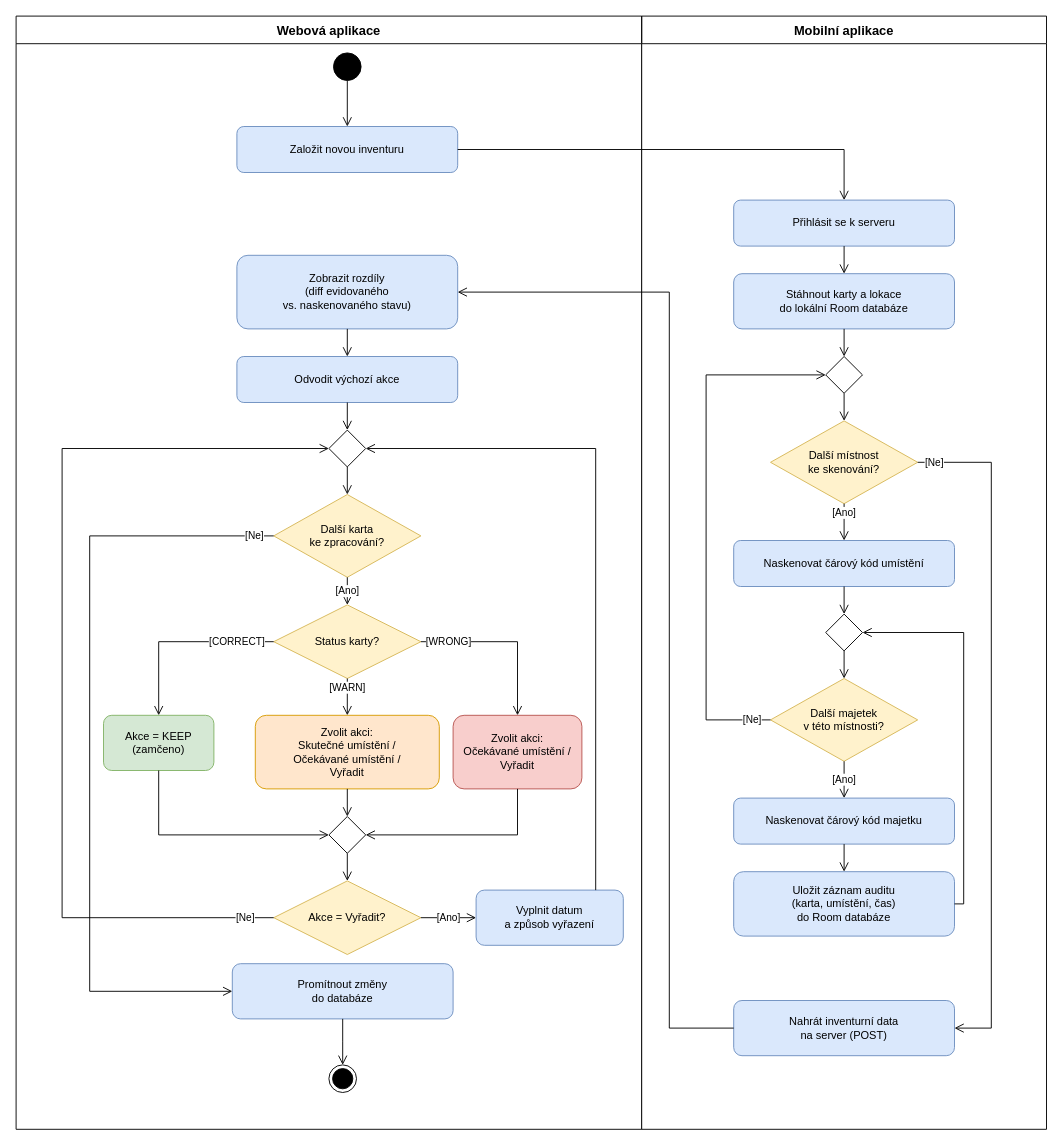
ondrasovka04/majetek keeps this draw.io diagram as thesis/diagrams/activity-inventory.drawio. Above is the earlier version. Source tidied: cells renumbered, new cells numbered last; positions are measured from the earlier drawing's top-left corner, leaving out a move shared by most shapes. Both pictures are drawn from the tidied source at 92%, with x=0, y=0 at pixel (16, 16).
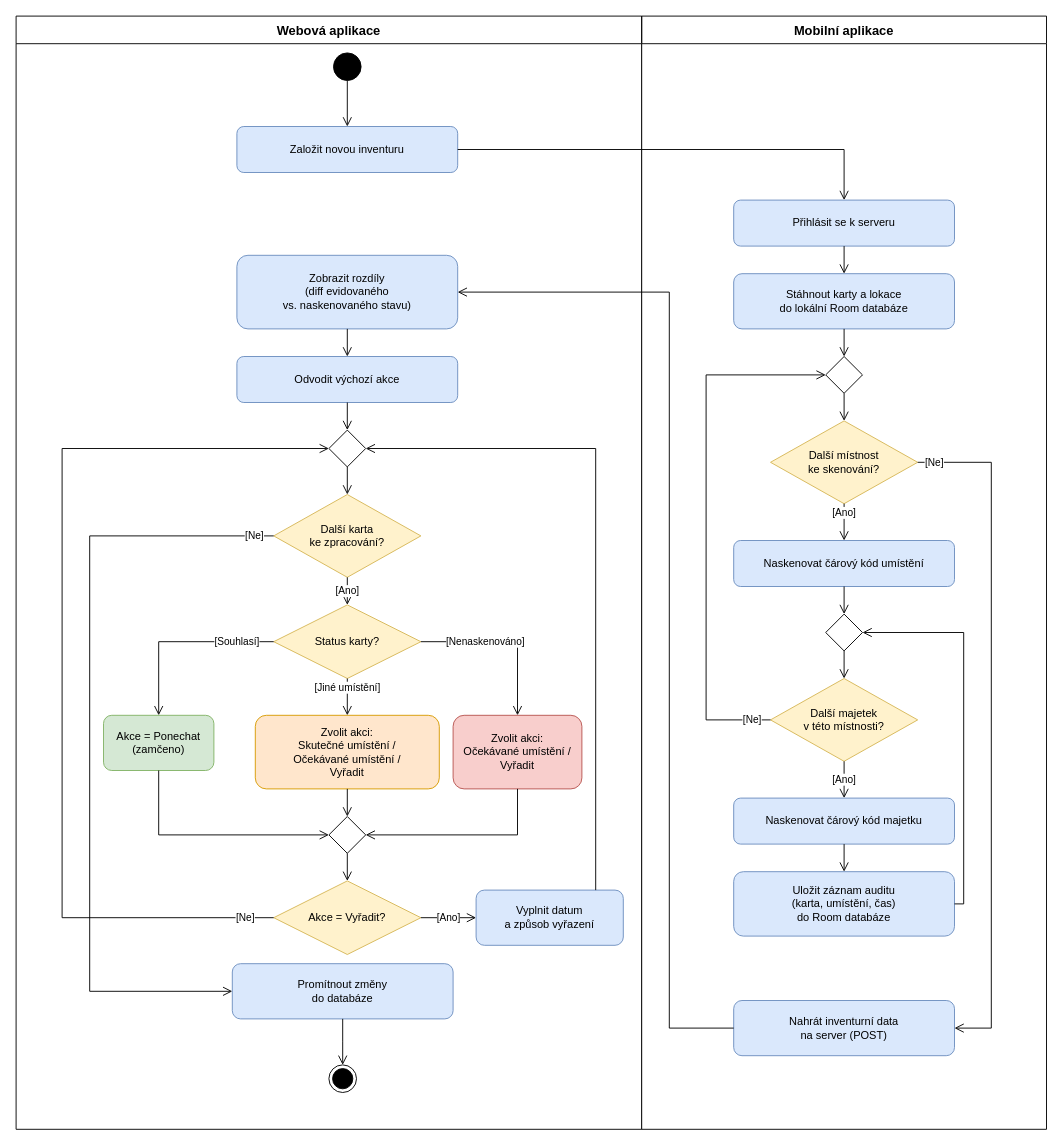
Above is the later version.

The change refers to these unchanged cells:
```xml
<mxCell id="2" value="Webová aplikace" style="swimlane;horizontal=1;startSize=30;fillColor=none;strokeColor=#000000;fontStyle=1;fontSize=14;swimlaneFillColor=#ffffff;" parent="1" vertex="1">
  <mxGeometry width="680" height="1210" as="geometry" />
</mxCell>
<mxCell id="10" value="Status karty?" style="rhombus;whiteSpace=wrap;html=1;fillColor=#fff2cc;strokeColor=#d6b656;fontSize=12;" parent="2" vertex="1">
  <mxGeometry x="280" y="640" width="160" height="80" as="geometry" />
</mxCell>
<mxCell id="12" value="Zvolit akci:&#10;Skutečné umístění /&#10;Očekávané umístění /&#10;Vyřadit" style="rounded=1;whiteSpace=wrap;html=1;fillColor=#ffe6cc;strokeColor=#d79b00;fontSize=12;" parent="2" vertex="1">
  <mxGeometry x="260" y="760" width="200" height="80" as="geometry" />
</mxCell>
<mxCell id="19" value="Zvolit akci:&#10;Očekávané umístění /&#10;Vyřadit" style="rounded=1;whiteSpace=wrap;html=1;fillColor=#f8cecc;strokeColor=#b85450;fontSize=12;" parent="2" vertex="1">
  <mxGeometry x="475" y="760" width="140" height="80" as="geometry" />
</mxCell>
```

The edit, as a diff of the source:
```diff
@@
-    <mxCell id="13" value="[WARN]" style="edgeStyle=orthogonalEdgeStyle;rounded=0;html=1;endArrow=open;endSize=8;fontSize=11;" parent="2" edge="1" source="10" target="12">
+    <mxCell id="13" value="[Jiné umístění]" style="edgeStyle=orthogonalEdgeStyle;rounded=0;html=1;endArrow=open;endSize=8;fontSize=11;" parent="2" edge="1" source="10" target="12">
       <mxGeometry x="-0.5" relative="1" as="geometry" />
     </mxCell>
@@
-    <mxCell id="20" value="[WRONG]" style="edgeStyle=orthogonalEdgeStyle;rounded=0;html=1;endArrow=open;endSize=8;fontSize=11;exitX=1;exitY=0.5;" parent="2" edge="1" source="10" target="19">
-      <mxGeometry x="-0.68" relative="1" as="geometry" />
+    <mxCell id="20" value="[Nenaskenováno]" style="edgeStyle=orthogonalEdgeStyle;rounded=0;html=1;endArrow=open;endSize=8;fontSize=11;exitX=1;exitY=0.5;" parent="2" edge="1" source="10" target="19">
+      <mxGeometry x="-0.24" relative="1" as="geometry" />
     </mxCell>
@@
-    <mxCell id="26" value="Akce = KEEP&#10;(zamčeno)" style="rounded=1;whiteSpace=wrap;html=1;fillColor=#d5e8d4;strokeColor=#82b366;fontSize=12;" parent="2" vertex="1">
+    <mxCell id="26" value="Akce = Ponechat&#10;(zamčeno)" style="rounded=1;whiteSpace=wrap;html=1;fillColor=#d5e8d4;strokeColor=#82b366;fontSize=12;" parent="2" vertex="1">
       <mxGeometry x="95" y="760" width="120" height="60" as="geometry" />
     </mxCell>
-    <mxCell id="27" value="[CORRECT]" style="edgeStyle=orthogonalEdgeStyle;rounded=0;html=1;endArrow=open;endSize=8;fontSize=11;exitX=0;exitY=0.5;" parent="2" edge="1" source="10" target="26">
+    <mxCell id="27" value="[Souhlasí]" style="edgeStyle=orthogonalEdgeStyle;rounded=0;html=1;endArrow=open;endSize=8;fontSize=11;exitX=0;exitY=0.5;" parent="2" edge="1" source="10" target="26">
       <mxGeometry x="-0.61" relative="1" as="geometry" />
     </mxCell>
```
